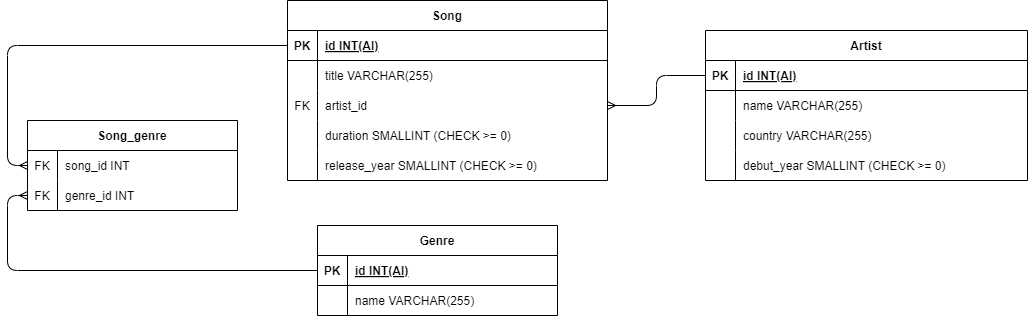
Earlier version of the draw.io export л.р 0.drawio.png (MakuninIII/BD_lab0). Source tidied: cells renumbered, new cells last; positions are measured from the earlier drawing's top-left corner, leaving out a move shared by most shapes.
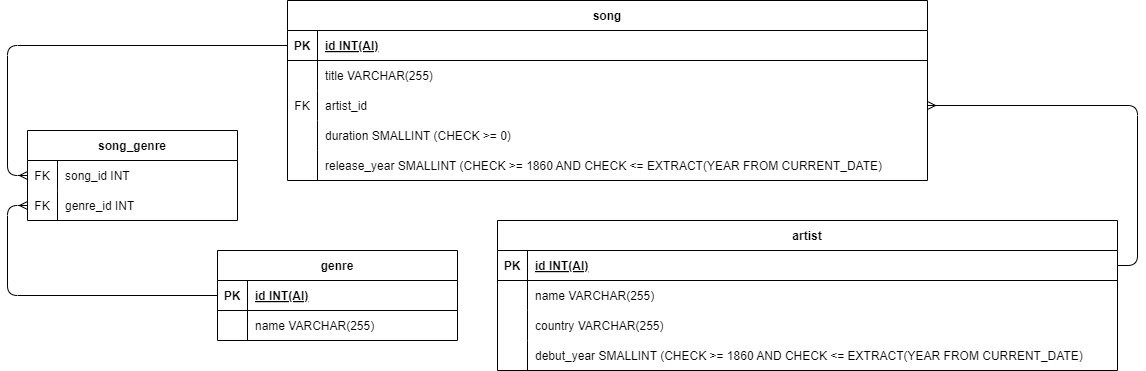
After the change.

What changed in the source:
```diff
@@ -2,8 +2,8 @@
   <root>
     <mxCell id="0" />
     <mxCell id="1" parent="0" />
-    <mxCell id="2" value="Genre" style="shape=table;startSize=30;rowLines=0;fontStyle=1;align=center;" parent="1" vertex="1">
-      <mxGeometry x="290" y="225" width="240" height="90" as="geometry" />
+    <mxCell id="2" value="genre" style="shape=table;startSize=30;rowLines=0;fontStyle=1;align=center;" parent="1" vertex="1">
+      <mxGeometry x="220" y="255" width="240" height="90" as="geometry" />
     </mxCell>
     <mxCell id="3" style="shape=tableRow;horizontal=0;startSize=0;swimlaneHead=0;swimlaneBody=0;fillColor=none;points=[[0,0.5],[1,0.5]];portConstraint=eastwest;strokeColor=inherit;top=0;left=0;right=0;bottom=1;" parent="2" vertex="1">
       <mxGeometry y="30" width="240" height="30" as="geometry" />
@@ -23,98 +23,98 @@
     <mxCell id="8" value="name VARCHAR(255)" style="shape=partialRectangle;overflow=hidden;fillColor=none;align=left;strokeColor=inherit;top=0;left=0;bottom=0;right=0;spacingLeft=6;" parent="6" vertex="1">
       <mxGeometry x="30" width="210" height="30" as="geometry" />
     </mxCell>
-    <mxCell id="9" value="Song" style="shape=table;startSize=30;rowLines=0;fontStyle=1;align=center;" parent="1" vertex="1">
-      <mxGeometry x="260" width="320" height="180" as="geometry" />
+    <mxCell id="9" value="song" style="shape=table;startSize=30;rowLines=0;fontStyle=1;align=center;" parent="1" vertex="1">
+      <mxGeometry x="290" y="5" width="640" height="180" as="geometry" />
     </mxCell>
     <mxCell id="10" style="shape=tableRow;horizontal=0;startSize=0;swimlaneHead=0;swimlaneBody=0;fillColor=none;points=[[0,0.5],[1,0.5]];portConstraint=eastwest;strokeColor=inherit;top=0;left=0;right=0;bottom=1;" parent="9" vertex="1">
-      <mxGeometry y="30" width="320" height="30" as="geometry" />
+      <mxGeometry y="30" width="640" height="30" as="geometry" />
     </mxCell>
     <mxCell id="11" value="PK" style="shape=partialRectangle;overflow=hidden;fillColor=none;strokeColor=inherit;top=0;left=0;bottom=0;right=0;fontStyle=1;" parent="10" vertex="1">
       <mxGeometry width="30" height="30" as="geometry" />
     </mxCell>
     <mxCell id="12" value="id INT(AI)" style="shape=partialRectangle;overflow=hidden;fillColor=none;align=left;strokeColor=inherit;top=0;left=0;bottom=0;right=0;spacingLeft=6;fontStyle=5;" parent="10" vertex="1">
-      <mxGeometry x="30" width="290" height="30" as="geometry" />
+      <mxGeometry x="30" width="610" height="30" as="geometry" />
     </mxCell>
     <mxCell id="13" style="shape=tableRow;horizontal=0;startSize=0;swimlaneHead=0;swimlaneBody=0;fillColor=none;strokeColor=inherit;top=0;left=0;right=0;bottom=0;" parent="9" vertex="1">
-      <mxGeometry y="60" width="320" height="30" as="geometry" />
+      <mxGeometry y="60" width="640" height="30" as="geometry" />
     </mxCell>
     <mxCell id="14" style="shape=partialRectangle;overflow=hidden;fillColor=none;strokeColor=inherit;top=0;left=0;bottom=0;right=0;" parent="13" vertex="1">
       <mxGeometry width="30" height="30" as="geometry" />
     </mxCell>
     <mxCell id="15" value="title VARCHAR(255)" style="shape=partialRectangle;overflow=hidden;fillColor=none;align=left;strokeColor=inherit;top=0;left=0;bottom=0;right=0;spacingLeft=6;" parent="13" vertex="1">
-      <mxGeometry x="30" width="290" height="30" as="geometry" />
+      <mxGeometry x="30" width="610" height="30" as="geometry" />
     </mxCell>
     <mxCell id="16" style="shape=tableRow;horizontal=0;startSize=0;swimlaneHead=0;swimlaneBody=0;fillColor=none;points=[[0,0.5],[1,0.5]];portConstraint=eastwest;strokeColor=inherit;top=0;left=0;right=0;bottom=0;" parent="9" vertex="1">
-      <mxGeometry y="90" width="320" height="30" as="geometry" />
+      <mxGeometry y="90" width="640" height="30" as="geometry" />
     </mxCell>
     <mxCell id="17" value="FK" style="shape=partialRectangle;overflow=hidden;fillColor=none;strokeColor=inherit;top=0;left=0;bottom=0;right=0;" parent="16" vertex="1">
       <mxGeometry width="30" height="30" as="geometry" />
     </mxCell>
     <mxCell id="18" value="artist_id" style="shape=partialRectangle;overflow=hidden;fillColor=none;align=left;strokeColor=inherit;top=0;left=0;bottom=0;right=0;spacingLeft=6;" parent="16" vertex="1">
-      <mxGeometry x="30" width="290" height="30" as="geometry" />
+      <mxGeometry x="30" width="610" height="30" as="geometry" />
     </mxCell>
     <mxCell id="19" style="shape=tableRow;horizontal=0;startSize=0;swimlaneHead=0;swimlaneBody=0;fillColor=none;strokeColor=inherit;top=0;left=0;right=0;bottom=0;" parent="9" vertex="1">
-      <mxGeometry y="120" width="320" height="30" as="geometry" />
+      <mxGeometry y="120" width="640" height="30" as="geometry" />
     </mxCell>
     <mxCell id="20" style="shape=partialRectangle;overflow=hidden;fillColor=none;strokeColor=inherit;top=0;left=0;bottom=0;right=0;" parent="19" vertex="1">
       <mxGeometry width="30" height="30" as="geometry" />
     </mxCell>
-    <mxCell id="21" value="duration SMALLINT (CHECK &gt;= 0)" style="shape=partialRectangle;overflow=hidden;fillColor=none;align=left;strokeColor=inherit;top=0;left=0;bottom=0;right=0;spacingLeft=6;" parent="19" vertex="1">
-      <mxGeometry x="30" width="290" height="30" as="geometry" />
+    <mxCell id="21" value="duration SMALLINT (CHECK &gt;= 0)" style="shape=partialRectangle;overflow=hidden;fillColor=none;align=left;strokeColor=inherit;top=0;left=0;bottom=0;right=0;spacingLeft=6;" parent="19" vertex="1">
+      <mxGeometry x="30" width="610" height="30" as="geometry" />
     </mxCell>
     <mxCell id="22" style="shape=tableRow;horizontal=0;startSize=0;swimlaneHead=0;swimlaneBody=0;fillColor=none;strokeColor=inherit;top=0;left=0;right=0;bottom=0;" parent="9" vertex="1">
-      <mxGeometry y="150" width="320" height="30" as="geometry" />
+      <mxGeometry y="150" width="640" height="30" as="geometry" />
     </mxCell>
     <mxCell id="23" style="shape=partialRectangle;overflow=hidden;fillColor=none;strokeColor=inherit;top=0;left=0;bottom=0;right=0;" parent="22" vertex="1">
       <mxGeometry width="30" height="30" as="geometry" />
     </mxCell>
-    <mxCell id="24" value="release_year SMALLINT (CHECK &gt;= 0)" style="shape=partialRectangle;overflow=hidden;fillColor=none;align=left;strokeColor=inherit;top=0;left=0;bottom=0;right=0;spacingLeft=6;" parent="22" vertex="1">
-      <mxGeometry x="30" width="290" height="30" as="geometry" />
+    <mxCell id="24" value="release_year SMALLINT (CHECK &gt;= 1860 AND CHECK &lt;= EXTRACT(YEAR FROM CURRENT_DATE)" style="shape=partialRectangle;overflow=hidden;fillColor=none;align=left;strokeColor=inherit;top=0;left=0;bottom=0;right=0;spacingLeft=6;" parent="22" vertex="1">
+      <mxGeometry x="30" width="610" height="30" as="geometry" />
     </mxCell>
-    <mxCell id="25" value="Artist" style="shape=table;startSize=30;rowLines=0;fontStyle=1;align=center;" parent="1" vertex="1">
-      <mxGeometry x="678" y="30" width="322" height="150" as="geometry" />
+    <mxCell id="25" value="artist" style="shape=table;startSize=30;rowLines=0;fontStyle=1;align=center;" parent="1" vertex="1">
+      <mxGeometry x="500" y="225" width="620" height="150" as="geometry" />
     </mxCell>
     <mxCell id="26" style="shape=tableRow;horizontal=0;startSize=0;swimlaneHead=0;swimlaneBody=0;fillColor=none;points=[[0,0.5],[1,0.5]];portConstraint=eastwest;strokeColor=inherit;top=0;left=0;right=0;bottom=1;" parent="25" vertex="1">
-      <mxGeometry y="30" width="322" height="30" as="geometry" />
+      <mxGeometry y="30" width="620" height="30" as="geometry" />
     </mxCell>
     <mxCell id="27" value="PK" style="shape=partialRectangle;overflow=hidden;fillColor=none;strokeColor=inherit;top=0;left=0;bottom=0;right=0;fontStyle=1;" parent="26" vertex="1">
       <mxGeometry width="30" height="30" as="geometry" />
     </mxCell>
     <mxCell id="28" value="id INT(AI)" style="shape=partialRectangle;overflow=hidden;fillColor=none;align=left;strokeColor=inherit;top=0;left=0;bottom=0;right=0;spacingLeft=6;fontStyle=5;" parent="26" vertex="1">
-      <mxGeometry x="30" width="292" height="30" as="geometry" />
+      <mxGeometry x="30" width="590" height="30" as="geometry" />
     </mxCell>
     <mxCell id="29" style="shape=tableRow;horizontal=0;startSize=0;swimlaneHead=0;swimlaneBody=0;fillColor=none;strokeColor=inherit;top=0;left=0;right=0;bottom=0;" parent="25" vertex="1">
-      <mxGeometry y="60" width="322" height="30" as="geometry" />
+      <mxGeometry y="60" width="620" height="30" as="geometry" />
     </mxCell>
     <mxCell id="30" style="shape=partialRectangle;overflow=hidden;fillColor=none;strokeColor=inherit;top=0;left=0;bottom=0;right=0;" parent="29" vertex="1">
       <mxGeometry width="30" height="30" as="geometry" />
     </mxCell>
     <mxCell id="31" value="name VARCHAR(255)" style="shape=partialRectangle;overflow=hidden;fillColor=none;align=left;strokeColor=inherit;top=0;left=0;bottom=0;right=0;spacingLeft=6;" parent="29" vertex="1">
-      <mxGeometry x="30" width="292" height="30" as="geometry" />
+      <mxGeometry x="30" width="590" height="30" as="geometry" />
     </mxCell>
     <mxCell id="32" style="shape=tableRow;horizontal=0;startSize=0;swimlaneHead=0;swimlaneBody=0;fillColor=none;strokeColor=inherit;top=0;left=0;right=0;bottom=0;" parent="25" vertex="1">
-      <mxGeometry y="90" width="322" height="30" as="geometry" />
+      <mxGeometry y="90" width="620" height="30" as="geometry" />
     </mxCell>
     <mxCell id="33" style="shape=partialRectangle;overflow=hidden;fillColor=none;strokeColor=inherit;top=0;left=0;bottom=0;right=0;" parent="32" vertex="1">
       <mxGeometry width="30" height="30" as="geometry" />
     </mxCell>
     <mxCell id="34" value="country VARCHAR(255)" style="shape=partialRectangle;overflow=hidden;fillColor=none;align=left;strokeColor=inherit;top=0;left=0;bottom=0;right=0;spacingLeft=6;" parent="32" vertex="1">
-      <mxGeometry x="30" width="292" height="30" as="geometry" />
+      <mxGeometry x="30" width="590" height="30" as="geometry" />
     </mxCell>
     <mxCell id="35" style="shape=tableRow;horizontal=0;startSize=0;swimlaneHead=0;swimlaneBody=0;fillColor=none;strokeColor=inherit;top=0;left=0;right=0;bottom=0;" parent="25" vertex="1">
-      <mxGeometry y="120" width="322" height="30" as="geometry" />
+      <mxGeometry y="120" width="620" height="30" as="geometry" />
     </mxCell>
     <mxCell id="36" style="shape=partialRectangle;overflow=hidden;fillColor=none;strokeColor=inherit;top=0;left=0;bottom=0;right=0;" parent="35" vertex="1">
       <mxGeometry width="30" height="30" as="geometry" />
     </mxCell>
-    <mxCell id="37" value="debut_year SMALLINT (CHECK &gt;= 0)" style="shape=partialRectangle;overflow=hidden;fillColor=none;align=left;strokeColor=inherit;top=0;left=0;bottom=0;right=0;spacingLeft=6;" parent="35" vertex="1">
-      <mxGeometry x="30" width="292" height="30" as="geometry" />
+    <mxCell id="37" value="debut_year SMALLINT (CHECK &gt;= 1860 AND CHECK &lt;= EXTRACT(YEAR FROM CURRENT_DATE)" style="shape=partialRectangle;overflow=hidden;fillColor=none;align=left;strokeColor=inherit;top=0;left=0;bottom=0;right=0;spacingLeft=6;" parent="35" vertex="1">
+      <mxGeometry x="30" width="590" height="30" as="geometry" />
     </mxCell>
-    <mxCell id="38" style="edgeStyle=orthogonalEdgeStyle;rounded=1;jettySize=auto;html=1;exitX=0;exitY=0.5;exitDx=0;exitDy=0;entryX=1;entryY=0.5;entryDx=0;entryDy=0;strokeColor=default;align=center;verticalAlign=middle;fontFamily=Helvetica;fontSize=12;fontColor=default;labelBackgroundColor=default;endArrow=ERmany;curved=0;" parent="1" edge="1" source="26" target="16">
+    <mxCell id="38" style="edgeStyle=orthogonalEdgeStyle;rounded=1;jettySize=auto;html=1;exitX=1;exitY=0.5;exitDx=0;exitDy=0;entryX=1;entryY=0.5;entryDx=0;entryDy=0;strokeColor=default;align=center;verticalAlign=middle;fontFamily=Helvetica;fontSize=12;fontColor=default;labelBackgroundColor=default;endArrow=ERmany;curved=0;" parent="1" edge="1" source="26" target="16">
       <mxGeometry relative="1" as="geometry" />
     </mxCell>
-    <mxCell id="39" value="Song_genre" style="shape=table;startSize=30;rowLines=0;fontStyle=1;align=center;" parent="1" vertex="1">
-      <mxGeometry y="120" width="210" height="90" as="geometry" />
+    <mxCell id="39" value="song_genre" style="shape=table;startSize=30;rowLines=0;fontStyle=1;align=center;" parent="1" vertex="1">
+      <mxGeometry x="30" y="135" width="210" height="90" as="geometry" />
     </mxCell>
     <mxCell id="40" style="shape=tableRow;horizontal=0;startSize=0;swimlaneHead=0;swimlaneBody=0;fillColor=none;points=[[0,0.5],[1,0.5]];portConstraint=eastwest;strokeColor=inherit;top=0;left=0;right=0;bottom=0;" parent="39" vertex="1">
       <mxGeometry y="30" width="210" height="30" as="geometry" />
```
